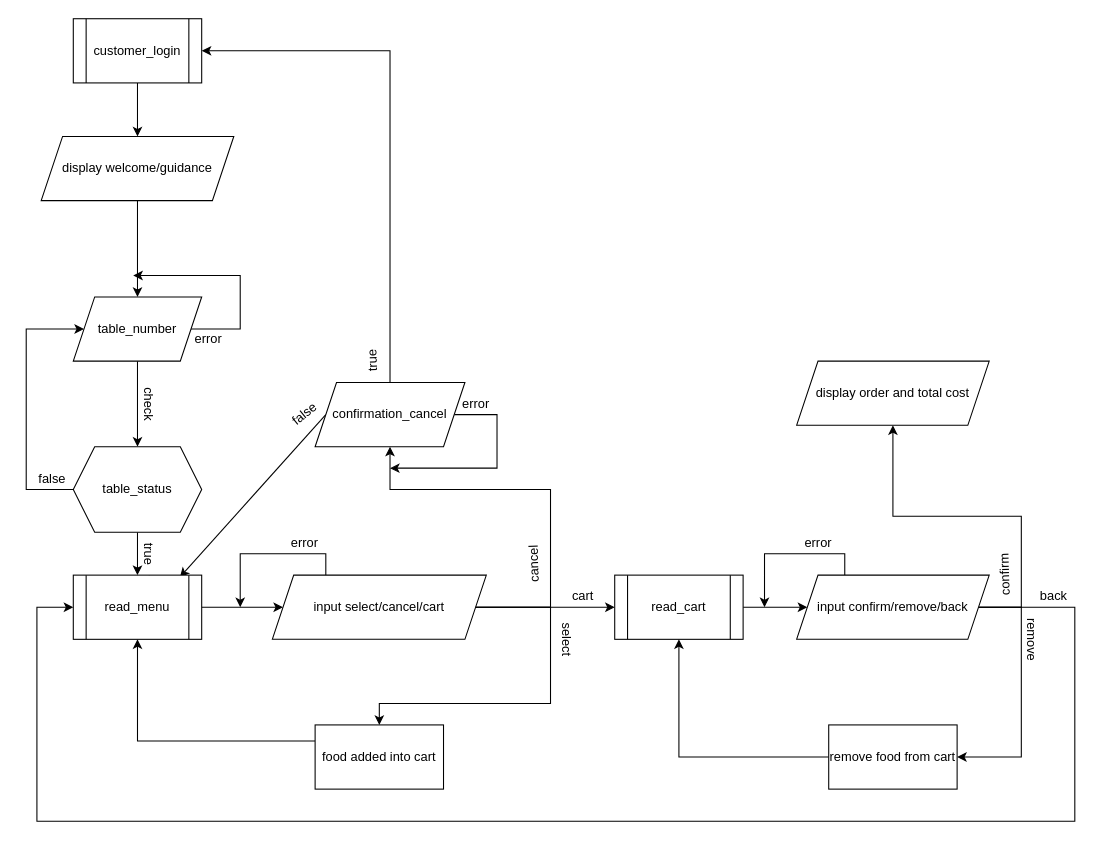
The draw.io diagram Untitled Diagram.drawio in Umi-s-Coding-World/C, before the edit. Source tidied: cells renumbered, new cells numbered last; positions are measured from the earlier drawing's top-left corner, leaving out a move shared by most shapes. Both pictures are drawn from the tidied source at 107%, with x=0, y=0 at pixel (26, 18).
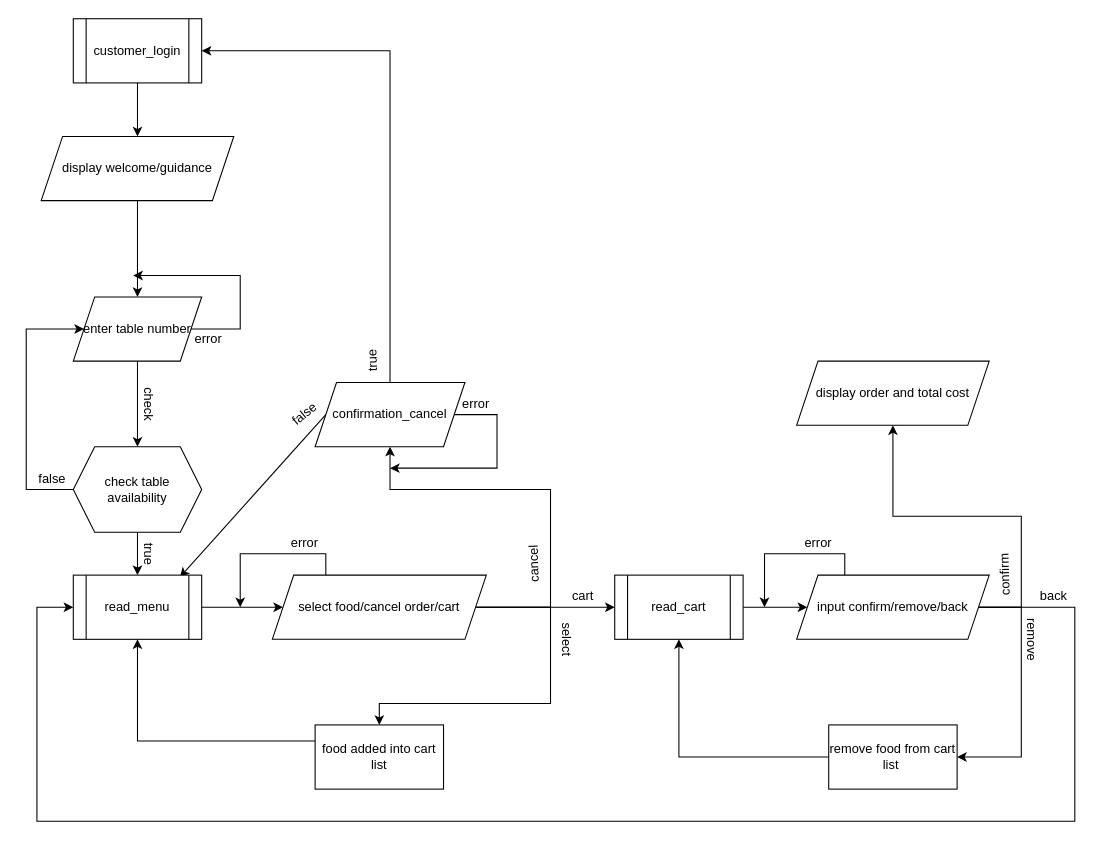
Above is the later version.

The edit, as a diff of the source:
```diff
@@
-    <mxCell id="4" value="table_number" style="shape=parallelogram;perimeter=parallelogramPerimeter;whiteSpace=wrap;html=1;fixedSize=1;" parent="1" vertex="1">
+    <mxCell id="4" value="enter table number" style="shape=parallelogram;perimeter=parallelogramPerimeter;whiteSpace=wrap;html=1;fixedSize=1;" parent="1" vertex="1">
       <mxGeometry x="44" y="260" width="120" height="60" as="geometry" />
     </mxCell>
@@
-    <mxCell id="9" value="table_status" style="shape=hexagon;perimeter=hexagonPerimeter2;whiteSpace=wrap;html=1;fixedSize=1;" parent="1" vertex="1">
+    <mxCell id="9" value="check table&lt;br&gt;availability" style="shape=hexagon;perimeter=hexagonPerimeter2;whiteSpace=wrap;html=1;fixedSize=1;" parent="1" vertex="1">
       <mxGeometry x="44" y="400" width="120" height="80" as="geometry" />
     </mxCell>
@@
-    <mxCell id="19" value="input select/cancel/cart" style="shape=parallelogram;perimeter=parallelogramPerimeter;whiteSpace=wrap;html=1;fixedSize=1;" parent="1" vertex="1">
+    <mxCell id="19" value="select food/cancel order/cart" style="shape=parallelogram;perimeter=parallelogramPerimeter;whiteSpace=wrap;html=1;fixedSize=1;" parent="1" vertex="1">
       <mxGeometry x="230" y="520" width="200" height="60" as="geometry" />
     </mxCell>
@@
-    <mxCell id="31" value="food added into cart" style="rounded=0;whiteSpace=wrap;html=1;" parent="1" vertex="1">
+    <mxCell id="31" value="food added into cart list" style="rounded=0;whiteSpace=wrap;html=1;" parent="1" vertex="1">
       <mxGeometry x="270" y="660" width="120" height="60" as="geometry" />
     </mxCell>
@@
-    <mxCell id="40" value="remove food from cart" style="whiteSpace=wrap;html=1;" parent="1" vertex="1">
+    <mxCell id="40" value="remove food from cart list&amp;nbsp;" style="whiteSpace=wrap;html=1;" parent="1" vertex="1">
       <mxGeometry x="750" y="660" width="120" height="60" as="geometry" />
     </mxCell>
```
